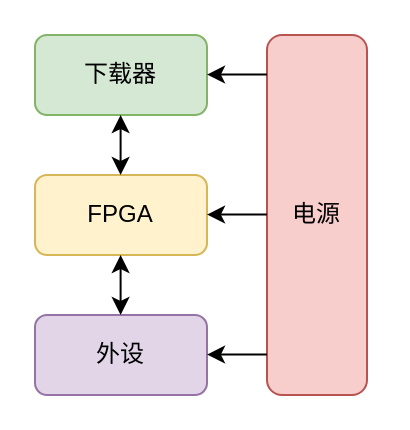
Before: 毕设答辩整体框图.drawio in zeandon/draw.io, a draw.io diagram. Source tidied: cells renumbered, new cells numbered last; positions are measured from the earlier drawing's top-left corner, leaving out a move shared by most shapes. Both pictures are drawn from the tidied source at 200%, with x=0, y=0 at pixel (34, 34).
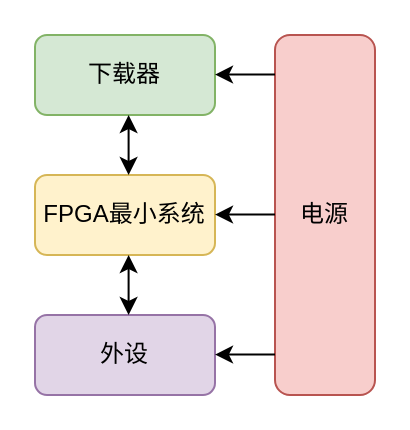
The same page after the edit.

Commit message (it also covers changes not shown here):
更新毕设答辩整体框图.drawio

Diff of the diagram source:
```diff
@@
 <mxGraphModel>
   <root>
     <mxCell id="0" />
     <mxCell id="1" parent="0" />
     <mxCell id="2" value="下载器" style="rounded=1;whiteSpace=wrap;html=1;fillColor=#d5e8d4;strokeColor=#82b366;" parent="1" vertex="1">
-      <mxGeometry width="86" height="40" as="geometry" />
+      <mxGeometry width="90" height="40" as="geometry" />
     </mxCell>
-    <mxCell id="3" value="FPGA" style="rounded=1;whiteSpace=wrap;html=1;fillColor=#fff2cc;strokeColor=#d6b656;" parent="1" vertex="1">
-      <mxGeometry y="70" width="86" height="40" as="geometry" />
+    <mxCell id="3" value="FPGA最小系统" style="rounded=1;whiteSpace=wrap;html=1;fillColor=#fff2cc;strokeColor=#d6b656;" parent="1" vertex="1">
+      <mxGeometry y="70" width="90" height="40" as="geometry" />
     </mxCell>
     <mxCell id="4" value="外设" style="rounded=1;whiteSpace=wrap;html=1;fillColor=#e1d5e7;strokeColor=#9673a6;" parent="1" vertex="1">
-      <mxGeometry y="140" width="86" height="40" as="geometry" />
+      <mxGeometry y="140" width="90" height="40" as="geometry" />
     </mxCell>
     <mxCell id="5" value="电源" style="rounded=1;whiteSpace=wrap;html=1;fillColor=#f8cecc;strokeColor=#b85450;" parent="1" vertex="1">
-      <mxGeometry x="116" width="50" height="180" as="geometry" />
+      <mxGeometry x="120" width="50" height="180" as="geometry" />
     </mxCell>
     <mxCell id="6" style="endArrow=classic;startArrow=classic;html=1;rounded=0;" parent="1" edge="1">
       <mxGeometry relative="1" as="geometry">
-        <mxPoint x="42.8" y="70" as="sourcePoint" />
-        <mxPoint x="42.8" y="40" as="targetPoint" />
+        <mxPoint x="46.8" y="70" as="sourcePoint" />
+        <mxPoint x="46.8" y="40" as="targetPoint" />
       </mxGeometry>
     </mxCell>
     <mxCell id="7" style="endArrow=classic;startArrow=classic;html=1;rounded=0;" parent="1" edge="1">
       <mxGeometry relative="1" as="geometry">
-        <mxPoint x="42.8" y="140" as="sourcePoint" />
-        <mxPoint x="42.8" y="110" as="targetPoint" />
+        <mxPoint x="46.8" y="140" as="sourcePoint" />
+        <mxPoint x="46.8" y="110" as="targetPoint" />
       </mxGeometry>
     </mxCell>
     <mxCell id="8" style="endArrow=classic;html=1;rounded=0;" parent="1" edge="1">
       <mxGeometry relative="1" as="geometry">
-        <mxPoint x="116" y="19.8" as="sourcePoint" />
-        <mxPoint x="86" y="19.8" as="targetPoint" />
+        <mxPoint x="120" y="19.8" as="sourcePoint" />
+        <mxPoint x="90" y="19.8" as="targetPoint" />
       </mxGeometry>
     </mxCell>
     <mxCell id="9" style="endArrow=classic;html=1;rounded=0;" parent="1" edge="1">
       <mxGeometry relative="1" as="geometry">
-        <mxPoint x="116" y="89.8" as="sourcePoint" />
-        <mxPoint x="86" y="89.8" as="targetPoint" />
+        <mxPoint x="120" y="89.8" as="sourcePoint" />
+        <mxPoint x="90" y="89.8" as="targetPoint" />
       </mxGeometry>
     </mxCell>
     <mxCell id="10" style="endArrow=classic;html=1;rounded=0;" parent="1" edge="1">
       <mxGeometry relative="1" as="geometry">
-        <mxPoint x="116" y="159.8" as="sourcePoint" />
-        <mxPoint x="86" y="159.8" as="targetPoint" />
+        <mxPoint x="120" y="159.8" as="sourcePoint" />
+        <mxPoint x="90" y="159.8" as="targetPoint" />
       </mxGeometry>
     </mxCell>
   </root>
 </mxGraphModel>
```
